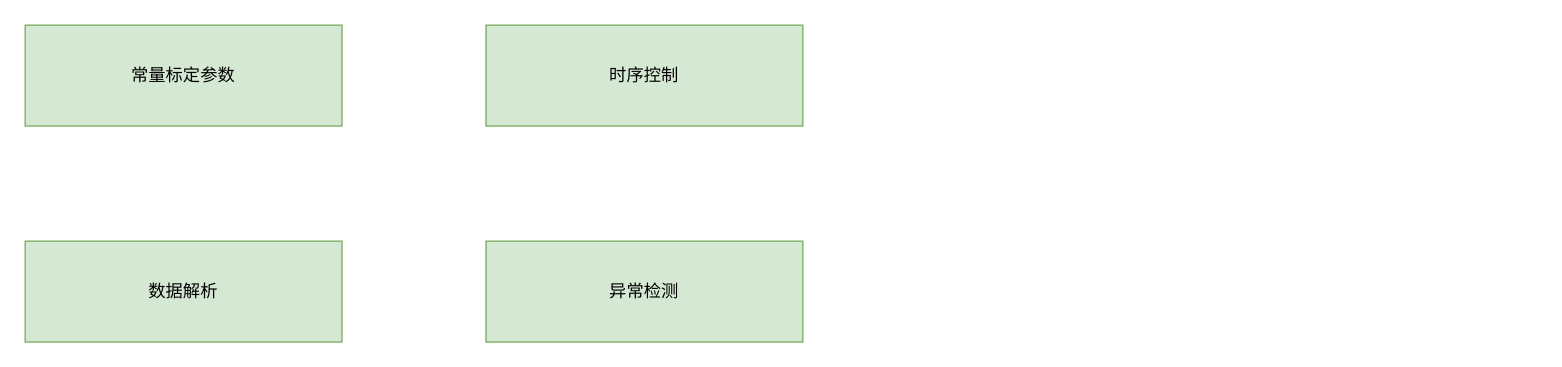
bugquella/diagrams keeps this draw.io diagram as YDU2.0/超声波底层模型APAC模型.drawio. Above is the earlier version. Source tidied: cells renumbered, new cells numbered last; positions are measured from the earlier drawing's top-left corner, leaving out a move shared by most shapes. Both pictures are drawn from the tidied source at 144%, with x=0, y=0 at pixel (24, 24).
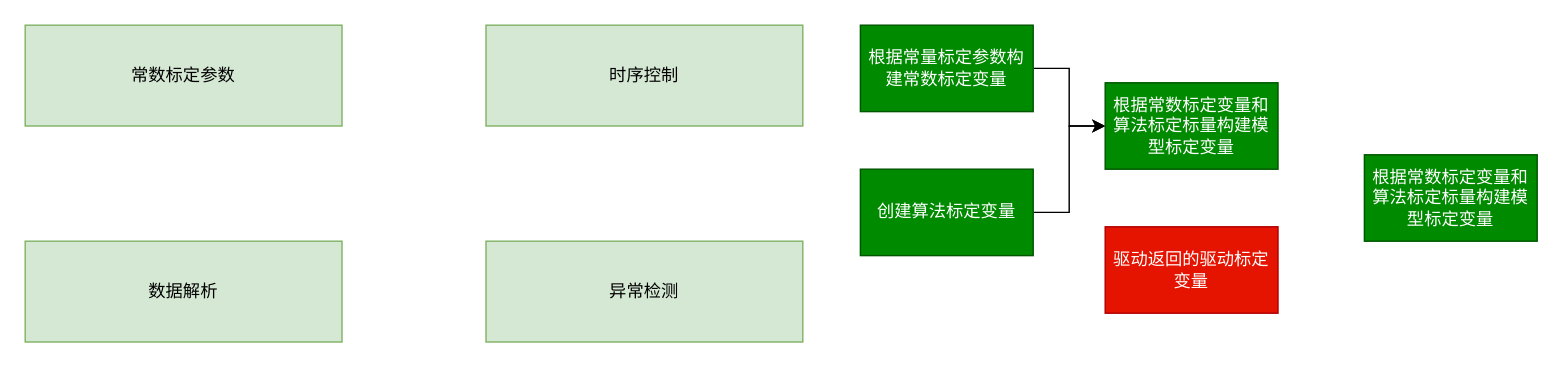
Above is the later version.

Commit message (it also covers changes not shown here):
更新超声波底层模型APAC模型.drawio

What changed in the source:
```diff
@@
 <mxGraphModel>
   <root>
     <mxCell id="0" />
     <mxCell id="1" parent="0" />
-    <mxCell id="2" value="常量标定参数" style="rounded=0;whiteSpace=wrap;html=1;fillColor=#d5e8d4;strokeColor=#82b366;" parent="1" vertex="1">
+    <mxCell id="2" value="常数标定参数" style="rounded=0;whiteSpace=wrap;html=1;fillColor=#d5e8d4;strokeColor=#82b366;" parent="1" vertex="1">
       <mxGeometry width="220" height="70" as="geometry" />
     </mxCell>
     <mxCell id="3" value="时序控制" style="rounded=0;whiteSpace=wrap;html=1;fillColor=#d5e8d4;strokeColor=#82b366;" parent="1" vertex="1">
       <mxGeometry x="320" width="220" height="70" as="geometry" />
     </mxCell>
     <mxCell id="4" value="数据解析" style="rounded=0;whiteSpace=wrap;html=1;fillColor=#d5e8d4;strokeColor=#82b366;" parent="1" vertex="1">
       <mxGeometry y="150" width="220" height="70" as="geometry" />
     </mxCell>
     <mxCell id="5" value="异常检测" style="rounded=0;whiteSpace=wrap;html=1;fillColor=#d5e8d4;strokeColor=#82b366;" parent="1" vertex="1">
       <mxGeometry x="320" y="150" width="220" height="70" as="geometry" />
     </mxCell>
+    <mxCell id="6" style="edgeStyle=orthogonalEdgeStyle;rounded=0;jettySize=auto;html=1;entryX=0;entryY=0.5;entryDx=0;entryDy=0;" parent="1" edge="1" source="7" target="10">
+      <mxGeometry relative="1" as="geometry" />
+    </mxCell>
+    <mxCell id="7" value="根据常量标定参数构建常数标定变量" style="rounded=0;whiteSpace=wrap;html=1;fillColor=#008a00;strokeColor=#005700;fontColor=#ffffff;" parent="1" vertex="1">
+      <mxGeometry x="580" width="120" height="60" as="geometry" />
+    </mxCell>
+    <mxCell id="8" style="edgeStyle=orthogonalEdgeStyle;rounded=0;jettySize=auto;html=1;entryX=0;entryY=0.5;entryDx=0;entryDy=0;" parent="1" edge="1" source="9" target="10">
+      <mxGeometry relative="1" as="geometry" />
+    </mxCell>
+    <mxCell id="9" value="创建算法标定变量" style="rounded=0;whiteSpace=wrap;html=1;fillColor=#008a00;fontColor=#ffffff;strokeColor=#005700;" parent="1" vertex="1">
+      <mxGeometry x="580" y="100" width="120" height="60" as="geometry" />
+    </mxCell>
+    <mxCell id="10" value="根据常数标定变量和算法标定标量构建模型标定变量" style="rounded=0;whiteSpace=wrap;html=1;fillColor=#008a00;fontColor=#ffffff;strokeColor=#005700;" parent="1" vertex="1">
+      <mxGeometry x="750" y="40" width="120" height="60" as="geometry" />
+    </mxCell>
+    <mxCell id="11" value="驱动返回的驱动标定变量" style="rounded=0;whiteSpace=wrap;html=1;fillColor=#e51400;fontColor=#ffffff;strokeColor=#B20000;" parent="1" vertex="1">
+      <mxGeometry x="750" y="140" width="120" height="60" as="geometry" />
+    </mxCell>
+    <mxCell id="12" value="根据常数标定变量和算法标定标量构建模型标定变量" style="rounded=0;whiteSpace=wrap;html=1;fillColor=#008a00;fontColor=#ffffff;strokeColor=#005700;" parent="1" vertex="1">
+      <mxGeometry x="930" y="90" width="120" height="60" as="geometry" />
+    </mxCell>
   </root>
 </mxGraphModel>
```
